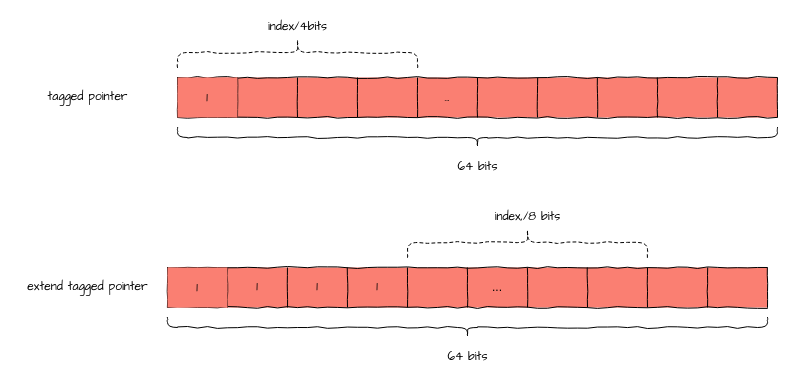
Earlier version of the draw.io diagram tagged_pointer.drawio (silan-liu/drawio). Source tidied: cells renumbered, new cells numbered last; positions are measured from the earlier drawing's top-left corner, leaving out a move shared by most shapes. Both pictures are drawn from the tidied source at 100%, with x=0, y=0 at pixel (17, 17).
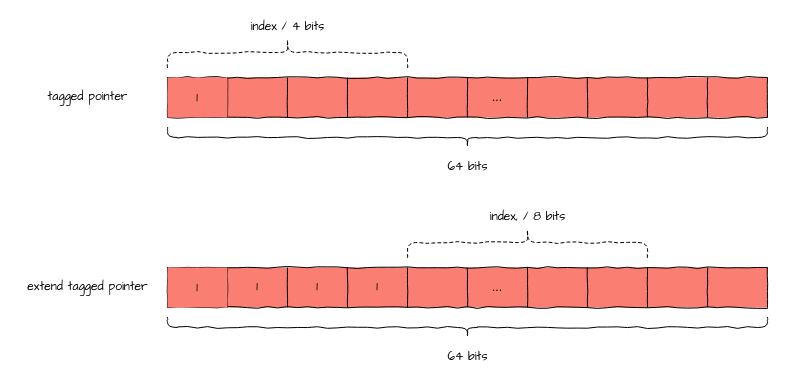
After the change.

Unchanged cells that the change refers to:
```xml
<mxCell id="3" style="shape=partialRectangle;html=1;whiteSpace=wrap;fillColor=none;top=0;left=0;bottom=0;right=0;" parent="2" vertex="1">
  <mxGeometry width="600" height="40" as="geometry" />
</mxCell>
```

Change to the diagram source:
```diff
@@
     <mxCell id="2" style="shape=table;html=1;whiteSpace=wrap;startSize=0;childLayout=tableLayout;comic=1;fontFamily=Architects Daughter;fillColor=#FA7F72;" parent="1" vertex="1">
-      <mxGeometry x="160" y="60" width="600" height="40" as="geometry" />
+      <mxGeometry x="150" y="60" width="600" height="40" as="geometry" />
     </mxCell>
@@
-    <mxCell id="8" value="&lt;font face=&quot;Architects Daughter&quot;&gt;...&lt;/font&gt;" style="shape=partialRectangle;html=1;whiteSpace=wrap;overflow=hidden;fillColor=none;top=0;left=0;bottom=0;right=0;" parent="3" vertex="1">
+    <mxCell id="8" style="shape=partialRectangle;html=1;whiteSpace=wrap;overflow=hidden;fillColor=none;top=0;left=0;bottom=0;right=0;" parent="3" vertex="1">
       <mxGeometry x="240" width="60" height="40" as="geometry" />
     </mxCell>
-    <mxCell id="9" style="shape=partialRectangle;html=1;whiteSpace=wrap;overflow=hidden;fillColor=none;top=0;left=0;bottom=0;right=0;" parent="3" vertex="1">
+    <mxCell id="9" value="..." style="shape=partialRectangle;html=1;whiteSpace=wrap;overflow=hidden;fillColor=none;top=0;left=0;bottom=0;right=0;" parent="3" vertex="1">
       <mxGeometry x="300" width="60" height="40" as="geometry" />
     </mxCell>
@@
     <mxCell id="15" style="shape=curlyBracket;whiteSpace=wrap;html=1;rounded=1;comic=1;fillColor=#FA7F72;fontFamily=Architects Daughter;direction=north;" parent="1" vertex="1">
-      <mxGeometry x="160" y="110" width="600" height="20" as="geometry" />
+      <mxGeometry x="150" y="110" width="600" height="20" as="geometry" />
     </mxCell>
     <mxCell id="16" value="64 bits" style="text;html=1;align=center;verticalAlign=middle;fontFamily=Architects Daughter;" parent="1" vertex="1">
-      <mxGeometry x="430" y="140" width="60" height="20" as="geometry" />
+      <mxGeometry x="420" y="140" width="60" height="20" as="geometry" />
     </mxCell>
@@
     <mxCell id="18" style="shape=curlyBracket;whiteSpace=wrap;html=1;rounded=1;dashed=1;comic=1;fillColor=#28ABB9;fontFamily=Architects Daughter;direction=south;" parent="1" vertex="1">
-      <mxGeometry x="160" y="20" width="240" height="30" as="geometry" />
+      <mxGeometry x="150" y="20" width="240" height="30" as="geometry" />
     </mxCell>
-    <mxCell id="19" value="index/4bits" style="text;html=1;align=center;verticalAlign=middle;fontFamily=Architects Daughter;" parent="1" vertex="1">
-      <mxGeometry x="245" width="70" height="20" as="geometry" />
+    <mxCell id="19" value="index / 4 bits" style="text;html=1;align=center;verticalAlign=middle;fontFamily=Architects Daughter;" parent="1" vertex="1">
+      <mxGeometry x="225" width="90" height="20" as="geometry" />
     </mxCell>
@@
-    <mxCell id="35" value="index,/8 bits" style="text;html=1;align=center;verticalAlign=middle;fontFamily=Architects Daughter;" parent="1" vertex="1">
-      <mxGeometry x="470" y="190" width="80" height="20" as="geometry" />
+    <mxCell id="35" value="index, / 8 bits" style="text;html=1;align=center;verticalAlign=middle;fontFamily=Architects Daughter;" parent="1" vertex="1">
+      <mxGeometry x="465" y="190" width="90" height="20" as="geometry" />
     </mxCell>
```
